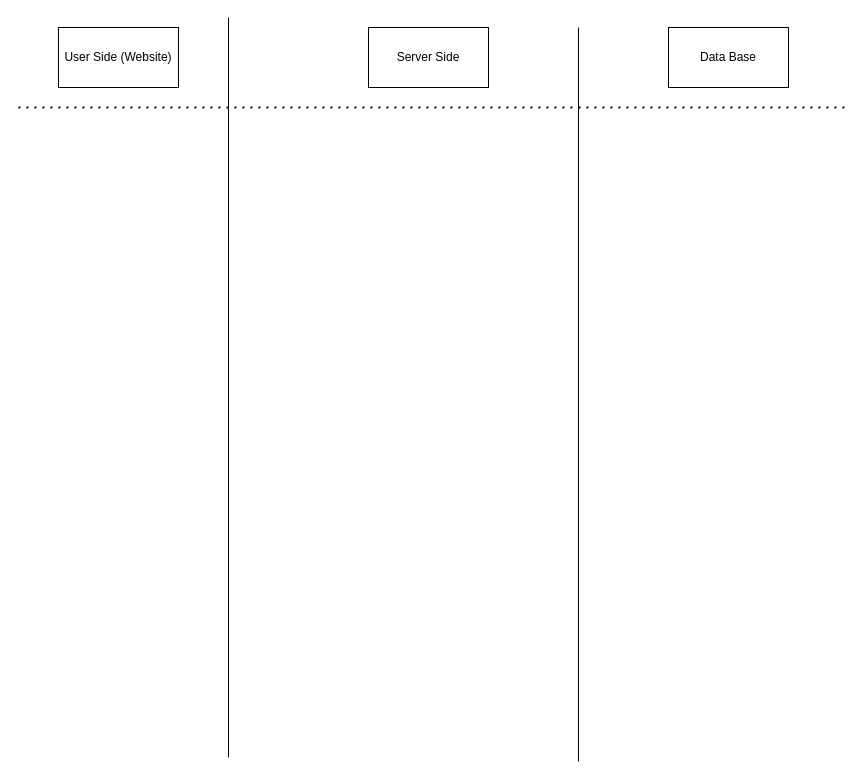
Earlier version of the draw.io diagram Process.drawio (Rishi-hub/HalfStackDevs_CodeRedGenesis). Source tidied: cells renumbered, new cells numbered last; positions are measured from the earlier drawing's top-left corner, leaving out a move shared by most shapes. Both pictures are drawn from the tidied source at 100%, with x=0, y=0 at pixel (18, 17).
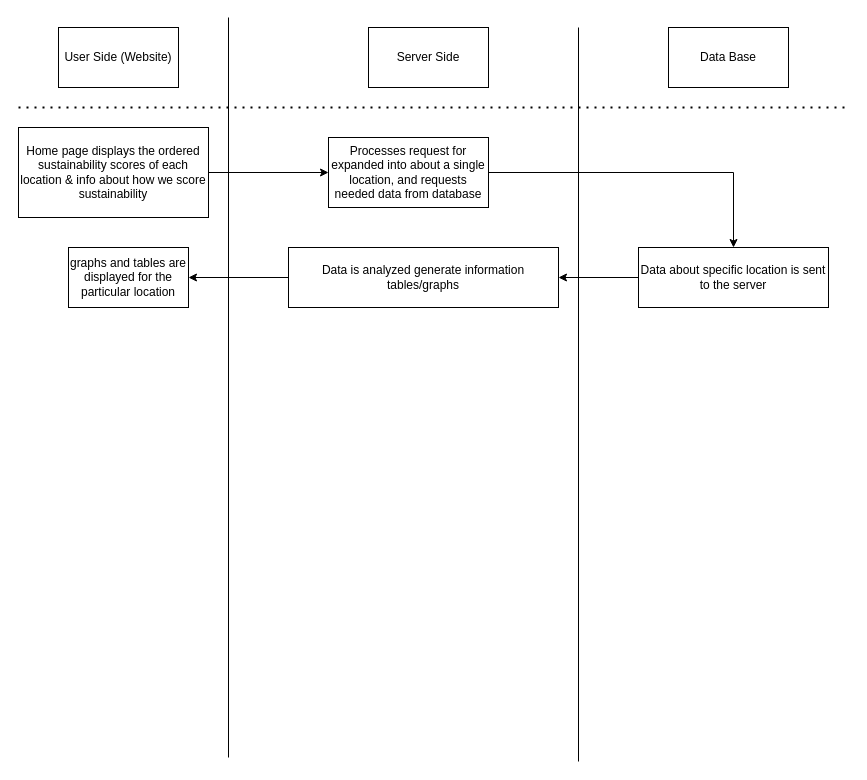
Above is the later version.

What changed in the source:
```diff
@@
 <mxGraphModel>
   <root>
     <mxCell id="0" />
     <mxCell id="1" parent="0" />
     <mxCell id="2" value="User Side (Website)" style="rounded=0;whiteSpace=wrap;html=1;" parent="1" vertex="1">
       <mxGeometry x="40" y="10" width="120" height="60" as="geometry" />
     </mxCell>
     <mxCell id="3" style="endArrow=none;html=1;rounded=0;" parent="1" edge="1">
       <mxGeometry relative="1" as="geometry">
         <mxPoint x="210" y="740" as="sourcePoint" />
         <mxPoint x="210" as="targetPoint" />
       </mxGeometry>
     </mxCell>
     <mxCell id="4" value="Server Side" style="rounded=0;whiteSpace=wrap;html=1;" parent="1" vertex="1">
       <mxGeometry x="350" y="10" width="120" height="60" as="geometry" />
     </mxCell>
     <mxCell id="5" value="Data Base" style="rounded=0;whiteSpace=wrap;html=1;" parent="1" vertex="1">
       <mxGeometry x="650" y="10" width="120" height="60" as="geometry" />
     </mxCell>
     <mxCell id="6" style="endArrow=none;html=1;rounded=0;" parent="1" edge="1">
       <mxGeometry relative="1" as="geometry">
         <mxPoint x="560" y="744" as="sourcePoint" />
         <mxPoint x="560" y="10" as="targetPoint" />
       </mxGeometry>
     </mxCell>
     <mxCell id="7" style="endArrow=none;dashed=1;html=1;dashPattern=1 3;strokeWidth=2;rounded=0;" parent="1" edge="1">
       <mxGeometry relative="1" as="geometry">
         <mxPoint y="90" as="sourcePoint" />
         <mxPoint x="830" y="90" as="targetPoint" />
       </mxGeometry>
     </mxCell>
+    <mxCell id="8" style="edgeStyle=orthogonalEdgeStyle;rounded=0;jettySize=auto;html=1;" parent="1" edge="1" source="9" target="11">
+      <mxGeometry relative="1" as="geometry" />
+    </mxCell>
+    <mxCell id="9" value="Data about specific location is sent to the server" style="rounded=0;whiteSpace=wrap;html=1;" parent="1" vertex="1">
+      <mxGeometry x="620" y="230" width="190" height="60" as="geometry" />
+    </mxCell>
+    <mxCell id="10" style="edgeStyle=orthogonalEdgeStyle;rounded=0;jettySize=auto;html=1;" parent="1" edge="1" source="11" target="12">
+      <mxGeometry relative="1" as="geometry" />
+    </mxCell>
+    <mxCell id="11" value="Data is analyzed generate information tables/graphs" style="rounded=0;whiteSpace=wrap;html=1;" parent="1" vertex="1">
+      <mxGeometry x="270" y="230" width="270" height="60" as="geometry" />
+    </mxCell>
+    <mxCell id="12" value="graphs and tables are displayed for the particular location" style="rounded=0;whiteSpace=wrap;html=1;" parent="1" vertex="1">
+      <mxGeometry x="50" y="230" width="120" height="60" as="geometry" />
+    </mxCell>
+    <mxCell id="13" style="edgeStyle=orthogonalEdgeStyle;rounded=0;jettySize=auto;html=1;" parent="1" edge="1" source="14" target="16">
+      <mxGeometry relative="1" as="geometry" />
+    </mxCell>
+    <mxCell id="14" value="Home page displays the ordered sustainability scores of each location &amp;amp; info about how we score sustainability" style="rounded=0;whiteSpace=wrap;html=1;" parent="1" vertex="1">
+      <mxGeometry y="110" width="190" height="90" as="geometry" />
+    </mxCell>
+    <mxCell id="15" style="edgeStyle=orthogonalEdgeStyle;rounded=0;jettySize=auto;html=1;entryX=0.5;entryY=0;entryDx=0;entryDy=0;" parent="1" edge="1" source="16" target="9">
+      <mxGeometry relative="1" as="geometry" />
+    </mxCell>
+    <mxCell id="16" value="Processes request for expanded into about a single location, and requests needed data from database" style="rounded=0;whiteSpace=wrap;html=1;" parent="1" vertex="1">
+      <mxGeometry x="310" y="120" width="160" height="70" as="geometry" />
+    </mxCell>
   </root>
 </mxGraphModel>
```
